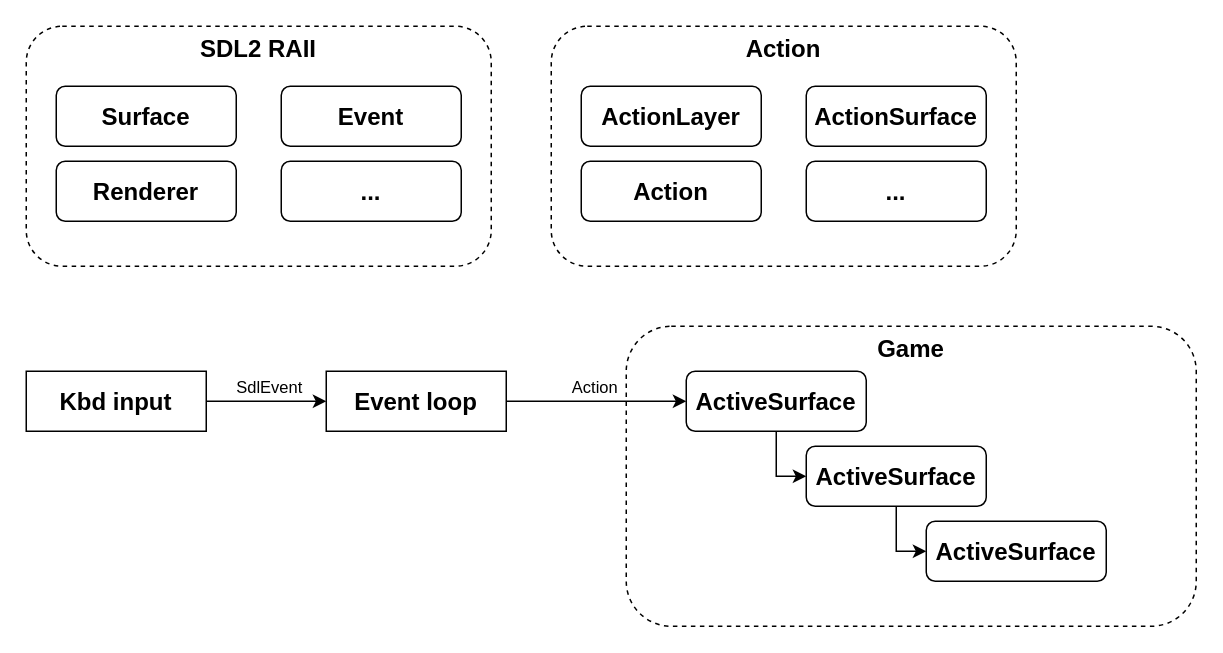
Above: drafts/FEB-9.drawio in codowka-entertaiment/buhurts-and-hobbyhorsing-docs (draw.io), before the change. Source tidied: cells renumbered, new cells numbered last; positions are measured from the earlier drawing's top-left corner, leaving out a move shared by most shapes. Both pictures are drawn from the tidied source at 150%, with x=0, y=0 at pixel (26, 26).
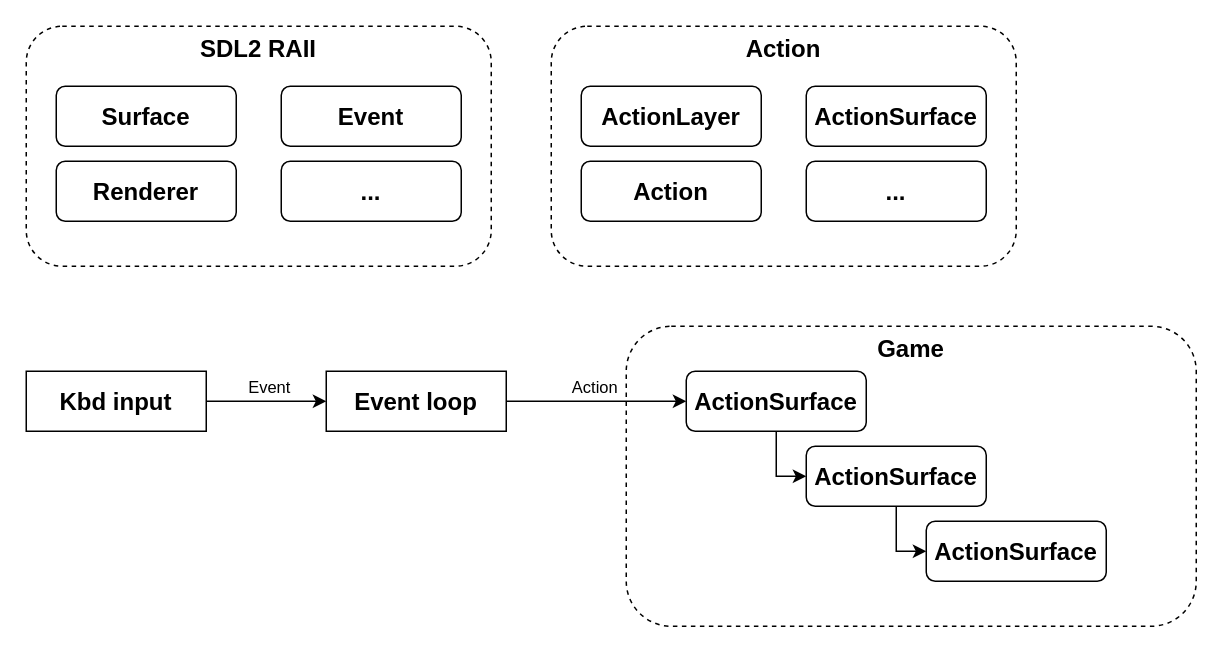
The same diagram, later.

The change refers to these unchanged cells:
```xml
<mxCell id="14" style="edgeStyle=orthogonalEdgeStyle;rounded=0;jettySize=auto;html=1;exitX=1;exitY=0.5;exitDx=0;exitDy=0;entryX=0;entryY=0.5;entryDx=0;entryDy=0;" parent="1" edge="1" source="16" target="19">
  <mxGeometry relative="1" as="geometry" />
</mxCell>
```

Diff of the diagram source:
```diff
@@
-    <mxCell id="15" value="SdlEvent" style="edgeLabel;html=1;align=center;verticalAlign=middle;" parent="14" vertex="1">
+    <mxCell id="15" value="Event" style="edgeLabel;html=1;align=center;verticalAlign=middle;" parent="14" vertex="1">
       <mxGeometry x="-0.06" y="4" relative="1" as="geometry">
         <mxPoint x="3" y="-6" as="offset" />
       </mxGeometry>
     </mxCell>
@@
-    <mxCell id="23" value="ActiveSurface" style="rounded=1;whiteSpace=wrap;html=1;fillColor=none;fontSize=16;fontStyle=1;" parent="1" vertex="1">
+    <mxCell id="23" value="ActionSurface" style="rounded=1;whiteSpace=wrap;html=1;fillColor=none;fontSize=16;fontStyle=1;" parent="1" vertex="1">
       <mxGeometry x="440" y="230" width="120" height="40" as="geometry" />
     </mxCell>
@@
-    <mxCell id="25" value="ActiveSurface" style="rounded=1;whiteSpace=wrap;html=1;fillColor=none;fontSize=16;fontStyle=1;" parent="1" vertex="1">
+    <mxCell id="25" value="ActionSurface" style="rounded=1;whiteSpace=wrap;html=1;fillColor=none;fontSize=16;fontStyle=1;" parent="1" vertex="1">
       <mxGeometry x="520" y="280" width="120" height="40" as="geometry" />
     </mxCell>
-    <mxCell id="26" value="ActiveSurface" style="rounded=1;whiteSpace=wrap;html=1;fillColor=none;fontSize=16;fontStyle=1;" parent="1" vertex="1">
+    <mxCell id="26" value="ActionSurface" style="rounded=1;whiteSpace=wrap;html=1;fillColor=none;fontSize=16;fontStyle=1;" parent="1" vertex="1">
       <mxGeometry x="600" y="330" width="120" height="40" as="geometry" />
     </mxCell>
```
